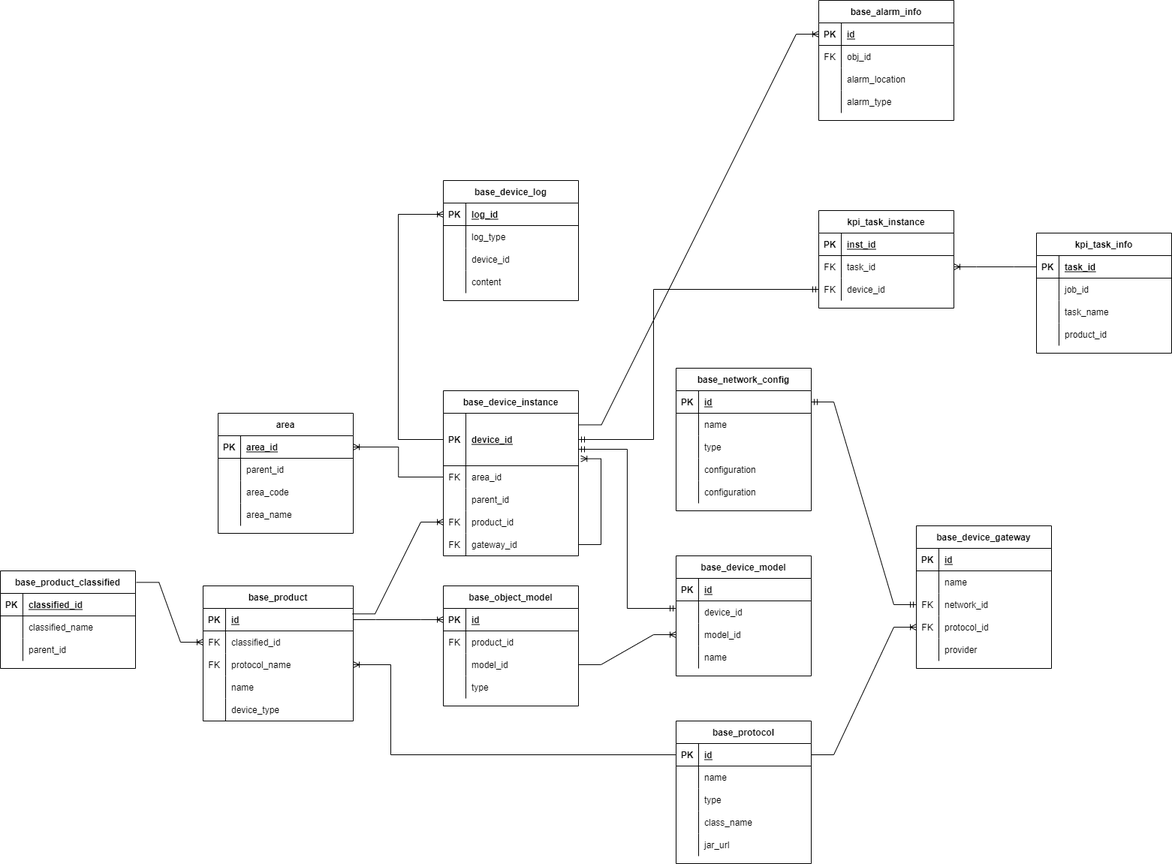
Earlier version of the draw.io export Untitled Diagram.drawio.png (liuyucai/springcloud-config). Source tidied: cells renumbered, new cells last; positions are measured from the earlier drawing's top-left corner, leaving out a move shared by most shapes.
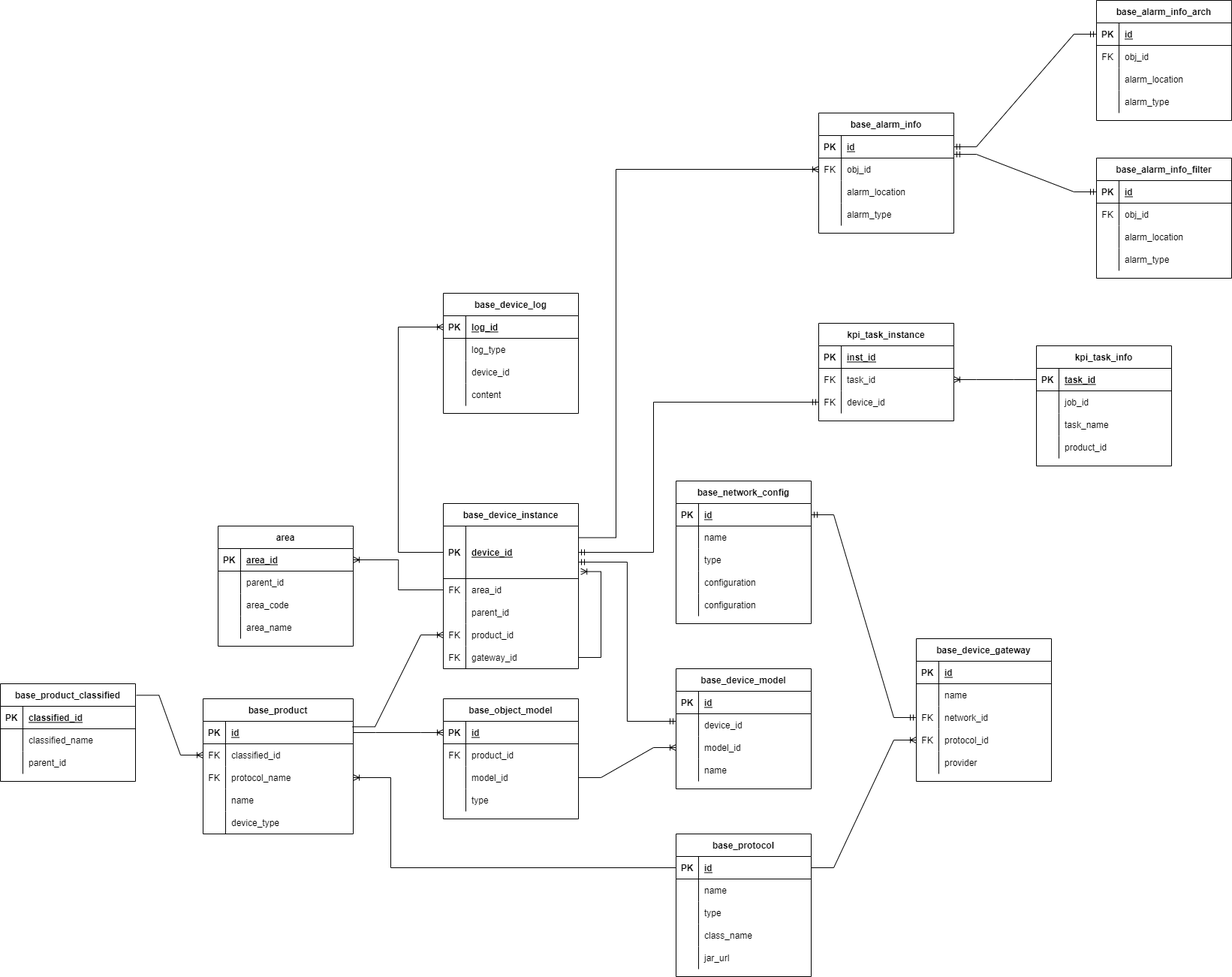
The same file after the commit.

Change to the diagram source:
```diff
@@ -595,8 +595,98 @@
     <mxCell id="192" value="alarm_type" style="shape=partialRectangle;fillColor=none;top=0;left=0;bottom=0;right=0;align=left;spacingLeft=6;overflow=hidden;" parent="190" vertex="1">
       <mxGeometry x="30" width="150" height="30" as="geometry" />
     </mxCell>
-    <mxCell id="193" style="edgeStyle=entityRelationEdgeStyle;fontSize=12;html=1;endArrow=ERoneToMany;rounded=0;exitX=1.003;exitY=0.221;exitDx=0;exitDy=0;exitPerimeter=0;entryX=0;entryY=0.5;entryDx=0;entryDy=0;" parent="1" edge="1" source="19" target="181">
-      <mxGeometry relative="1" as="geometry" />
+    <mxCell id="193" style="edgeStyle=elbowEdgeStyle;fontSize=12;html=1;endArrow=ERoneToMany;rounded=0;exitX=1.003;exitY=0.221;exitDx=0;exitDy=0;exitPerimeter=0;entryX=0;entryY=0.5;entryDx=0;entryDy=0;" parent="1" edge="1" source="19" target="184">
+      <mxGeometry relative="1" as="geometry">
+        <Array as="points">
+          <mxPoint x="820" y="300" />
+        </Array>
+      </mxGeometry>
     </mxCell>
+    <mxCell id="194" value="base_alarm_info_arch" style="shape=table;startSize=30;rowLines=0;fontStyle=1;align=center;" parent="1" vertex="1">
+      <mxGeometry x="1460" y="-150" width="180" height="160" as="geometry" />
+    </mxCell>
+    <mxCell id="195" style="shape=tableRow;horizontal=0;startSize=0;swimlaneHead=0;swimlaneBody=0;fillColor=none;points=[[0,0.5],[1,0.5]];portConstraint=eastwest;top=0;left=0;right=0;bottom=1;" parent="194" vertex="1">
+      <mxGeometry y="30" width="180" height="30" as="geometry" />
+    </mxCell>
+    <mxCell id="196" value="PK" style="shape=partialRectangle;fillColor=none;top=0;left=0;bottom=0;right=0;fontStyle=1;overflow=hidden;" parent="195" vertex="1">
+      <mxGeometry width="30" height="30" as="geometry" />
+    </mxCell>
+    <mxCell id="197" value="id" style="shape=partialRectangle;fillColor=none;top=0;left=0;bottom=0;right=0;align=left;spacingLeft=6;fontStyle=5;overflow=hidden;" parent="195" vertex="1">
+      <mxGeometry x="30" width="150" height="30" as="geometry" />
+    </mxCell>
+    <mxCell id="198" style="shape=tableRow;horizontal=0;startSize=0;swimlaneHead=0;swimlaneBody=0;fillColor=none;top=0;left=0;right=0;bottom=0;" parent="194" vertex="1">
+      <mxGeometry y="60" width="180" height="30" as="geometry" />
+    </mxCell>
+    <mxCell id="199" value="FK" style="shape=partialRectangle;fillColor=none;top=0;left=0;bottom=0;right=0;overflow=hidden;" parent="198" vertex="1">
+      <mxGeometry width="30" height="30" as="geometry" />
+    </mxCell>
+    <mxCell id="200" value="obj_id" style="shape=partialRectangle;fillColor=none;top=0;left=0;bottom=0;right=0;align=left;spacingLeft=6;overflow=hidden;" parent="198" vertex="1">
+      <mxGeometry x="30" width="150" height="30" as="geometry" />
+    </mxCell>
+    <mxCell id="201" style="shape=tableRow;horizontal=0;startSize=0;swimlaneHead=0;swimlaneBody=0;fillColor=none;top=0;left=0;right=0;bottom=0;" parent="194" vertex="1">
+      <mxGeometry y="90" width="180" height="30" as="geometry" />
+    </mxCell>
+    <mxCell id="202" style="shape=partialRectangle;fillColor=none;top=0;left=0;bottom=0;right=0;overflow=hidden;" parent="201" vertex="1">
+      <mxGeometry width="30" height="30" as="geometry" />
+    </mxCell>
+    <mxCell id="203" value="alarm_location" style="shape=partialRectangle;fillColor=none;top=0;left=0;bottom=0;right=0;align=left;spacingLeft=6;overflow=hidden;" parent="201" vertex="1">
+      <mxGeometry x="30" width="150" height="30" as="geometry" />
+    </mxCell>
+    <mxCell id="204" style="shape=tableRow;horizontal=0;startSize=0;swimlaneHead=0;swimlaneBody=0;fillColor=none;top=0;left=0;right=0;bottom=0;" parent="194" vertex="1">
+      <mxGeometry y="120" width="180" height="30" as="geometry" />
+    </mxCell>
+    <mxCell id="205" style="shape=partialRectangle;fillColor=none;top=0;left=0;bottom=0;right=0;overflow=hidden;" parent="204" vertex="1">
+      <mxGeometry width="30" height="30" as="geometry" />
+    </mxCell>
+    <mxCell id="206" value="alarm_type" style="shape=partialRectangle;fillColor=none;top=0;left=0;bottom=0;right=0;align=left;spacingLeft=6;overflow=hidden;" parent="204" vertex="1">
+      <mxGeometry x="30" width="150" height="30" as="geometry" />
+    </mxCell>
+    <mxCell id="207" style="edgeStyle=entityRelationEdgeStyle;fontSize=12;html=1;endArrow=ERmandOne;startArrow=ERmandOne;rounded=0;entryX=0;entryY=0.5;entryDx=0;entryDy=0;exitX=1;exitY=0.5;exitDx=0;exitDy=0;" parent="1" edge="1" source="181" target="195">
+      <mxGeometry relative="1" as="geometry" />
+    </mxCell>
+    <mxCell id="208" value="base_alarm_info_filter" style="shape=table;startSize=30;rowLines=0;fontStyle=1;align=center;" parent="1" vertex="1">
+      <mxGeometry x="1460" y="60" width="180" height="160" as="geometry" />
+    </mxCell>
+    <mxCell id="209" style="shape=tableRow;horizontal=0;startSize=0;swimlaneHead=0;swimlaneBody=0;fillColor=none;points=[[0,0.5],[1,0.5]];portConstraint=eastwest;top=0;left=0;right=0;bottom=1;" parent="208" vertex="1">
+      <mxGeometry y="30" width="180" height="30" as="geometry" />
+    </mxCell>
+    <mxCell id="210" value="PK" style="shape=partialRectangle;fillColor=none;top=0;left=0;bottom=0;right=0;fontStyle=1;overflow=hidden;" parent="209" vertex="1">
+      <mxGeometry width="30" height="30" as="geometry" />
+    </mxCell>
+    <mxCell id="211" value="id" style="shape=partialRectangle;fillColor=none;top=0;left=0;bottom=0;right=0;align=left;spacingLeft=6;fontStyle=5;overflow=hidden;" parent="209" vertex="1">
+      <mxGeometry x="30" width="150" height="30" as="geometry" />
+    </mxCell>
+    <mxCell id="212" style="shape=tableRow;horizontal=0;startSize=0;swimlaneHead=0;swimlaneBody=0;fillColor=none;top=0;left=0;right=0;bottom=0;" parent="208" vertex="1">
+      <mxGeometry y="60" width="180" height="30" as="geometry" />
+    </mxCell>
+    <mxCell id="213" value="FK" style="shape=partialRectangle;fillColor=none;top=0;left=0;bottom=0;right=0;overflow=hidden;" parent="212" vertex="1">
+      <mxGeometry width="30" height="30" as="geometry" />
+    </mxCell>
+    <mxCell id="214" value="obj_id" style="shape=partialRectangle;fillColor=none;top=0;left=0;bottom=0;right=0;align=left;spacingLeft=6;overflow=hidden;" parent="212" vertex="1">
+      <mxGeometry x="30" width="150" height="30" as="geometry" />
+    </mxCell>
+    <mxCell id="215" style="shape=tableRow;horizontal=0;startSize=0;swimlaneHead=0;swimlaneBody=0;fillColor=none;top=0;left=0;right=0;bottom=0;" parent="208" vertex="1">
+      <mxGeometry y="90" width="180" height="30" as="geometry" />
+    </mxCell>
+    <mxCell id="216" style="shape=partialRectangle;fillColor=none;top=0;left=0;bottom=0;right=0;overflow=hidden;" parent="215" vertex="1">
+      <mxGeometry width="30" height="30" as="geometry" />
+    </mxCell>
+    <mxCell id="217" value="alarm_location" style="shape=partialRectangle;fillColor=none;top=0;left=0;bottom=0;right=0;align=left;spacingLeft=6;overflow=hidden;" parent="215" vertex="1">
+      <mxGeometry x="30" width="150" height="30" as="geometry" />
+    </mxCell>
+    <mxCell id="218" style="shape=tableRow;horizontal=0;startSize=0;swimlaneHead=0;swimlaneBody=0;fillColor=none;top=0;left=0;right=0;bottom=0;" parent="208" vertex="1">
+      <mxGeometry y="120" width="180" height="30" as="geometry" />
+    </mxCell>
+    <mxCell id="219" style="shape=partialRectangle;fillColor=none;top=0;left=0;bottom=0;right=0;overflow=hidden;" parent="218" vertex="1">
+      <mxGeometry width="30" height="30" as="geometry" />
+    </mxCell>
+    <mxCell id="220" value="alarm_type" style="shape=partialRectangle;fillColor=none;top=0;left=0;bottom=0;right=0;align=left;spacingLeft=6;overflow=hidden;" parent="218" vertex="1">
+      <mxGeometry x="30" width="150" height="30" as="geometry" />
+    </mxCell>
+    <mxCell id="221" style="edgeStyle=entityRelationEdgeStyle;fontSize=12;html=1;endArrow=ERmandOne;startArrow=ERmandOne;rounded=0;entryX=0;entryY=0.5;entryDx=0;entryDy=0;" parent="1" edge="1" target="209">
+      <mxGeometry relative="1" as="geometry">
+        <mxPoint x="1270" y="55" as="sourcePoint" />
+      </mxGeometry>
+    </mxCell>
   </root>
 </mxGraphModel>
```
